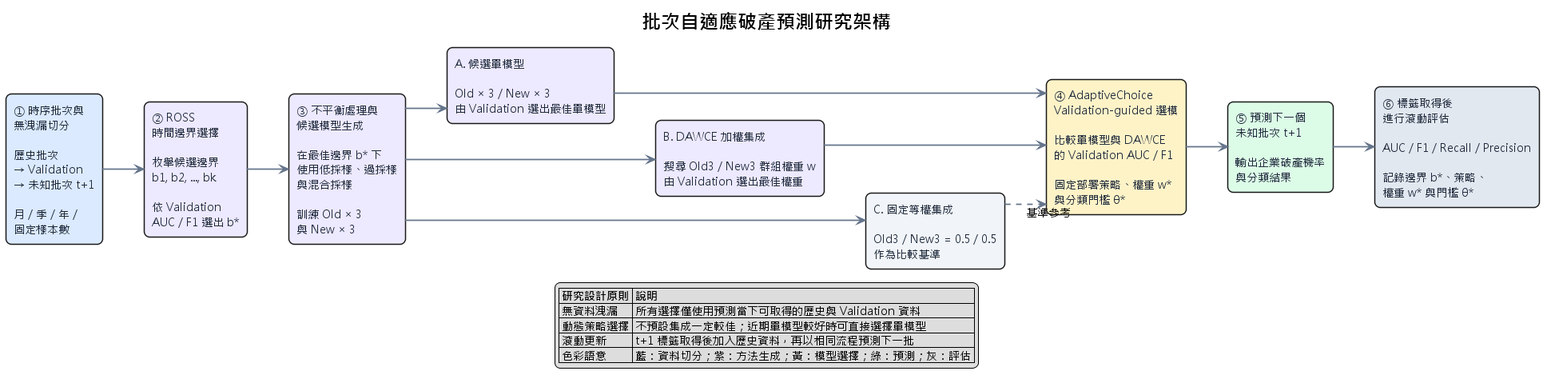
Earlier version of the PlantUML export assets/research/diagrams/phase4-batch-adaptive-flow.png (BoBoJhong/Continual-Imbalance-Ensemble).
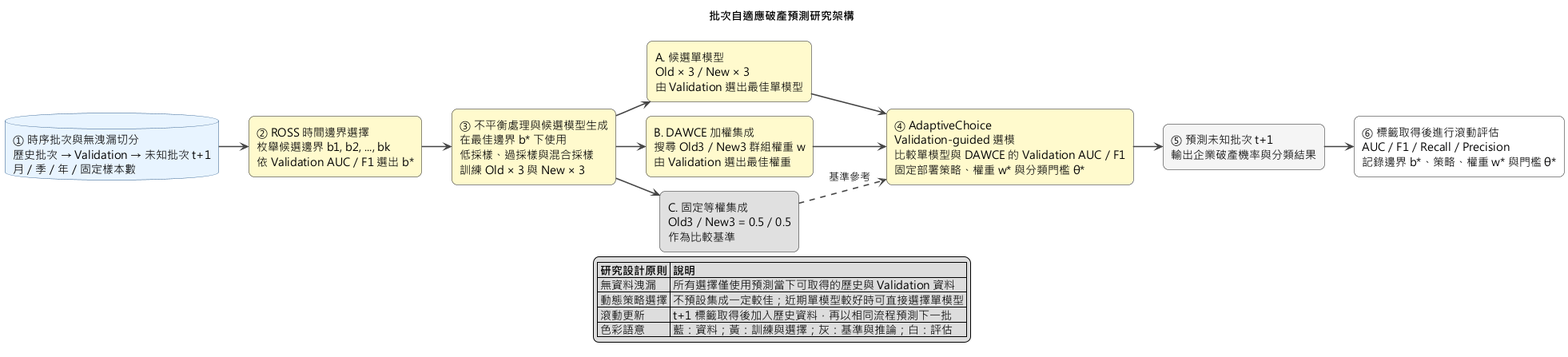
The same diagram one commit later.

Diff of the diagram source:
```diff
@@ -1,44 +1,40 @@
 @startuml
+!pragma layout smetana
 
 title 批次自適應破產預測研究架構
 
 left to right direction
 skinparam shadowing false
 skinparam defaultFontName "Microsoft JhengHei"
-skinparam defaultFontSize 14
-skinparam titleFontSize 24
-skinparam titleFontStyle bold
 skinparam linetype ortho
-skinparam nodesep 38
-skinparam ranksep 52
-skinparam ArrowThickness 1.7
-skinparam ArrowColor #64748B
+skinparam nodesep 64
+skinparam ranksep 68
+skinparam ArrowThickness 1.6
+skinparam ArrowColor #444444
+skinparam packageStyle rectangle
 skinparam rectangle {
   roundCorner 14
-  BorderThickness 1.5
-  FontColor #1E293B
 }
-skinparam note {
-  BackgroundColor #FFFDF5
-  BorderColor #D6B656
-  FontColor #475569
+skinparam database {
+  BackgroundColor #E8F4FF
+  BorderColor #2E5A88
 }
 
-rectangle "① 時序批次與\n無洩漏切分\n\n歷史批次\n→ Validation\n→ 未知批次 t+1\n\n月／季／年／\n固定樣本數" as DATA #DBEAFE
+database "① 時序批次與無洩漏切分\n歷史批次 → Validation → 未知批次 t+1\n月／季／年／固定樣本數" as DATA
 
-rectangle "② ROSS\n時間邊界選擇\n\n枚舉候選邊界\nb1, b2, ..., bk\n\n依 Validation\nAUC／F1 選出 b*" as ROSS #EDE9FE
+rectangle "② ROSS 時間邊界選擇\n枚舉候選邊界 b1, b2, ..., bk\n依 Validation AUC／F1 選出 b*" as ROSS #FFFACD
 
-rectangle "③ 不平衡處理與\n候選模型生成\n\n在最佳邊界 b* 下\n使用低採樣、過採樣\n與混合採樣\n\n訓練 Old × 3\n與 New × 3" as TRAIN #EDE9FE
+rectangle "③ 不平衡處理與候選模型生成\n在最佳邊界 b* 下使用\n低採樣、過採樣與混合採樣\n訓練 Old × 3 與 New × 3" as TRAIN #FFFACD
 
-rectangle "A. 候選單模型\n\nOld × 3／New × 3\n由 Validation 選出最佳單模型" as SINGLE #EDE9FE
-rectangle "B. DAWCE 加權集成\n\n搜尋 Old3／New3 群組權重 w\n由 Validation 選出最佳權重" as DAWCE #EDE9FE
-rectangle "C. 固定等權集成\n\nOld3／New3 = 0.5／0.5\n作為比較基準" as EQUAL #F1F5F9
+rectangle "A. 候選單模型\nOld × 3／New × 3\n由 Validation 選出最佳單模型" as SINGLE #FFFACD
+rectangle "B. DAWCE 加權集成\n搜尋 Old3／New3 群組權重 w\n由 Validation 選出最佳權重" as DAWCE #FFFACD
+rectangle "C. 固定等權集成\nOld3／New3 = 0.5／0.5\n作為比較基準" as EQUAL #E0E0E0
 
-rectangle "④ AdaptiveChoice\nValidation-guided 選模\n\n比較單模型與 DAWCE\n的 Validation AUC／F1\n\n固定部署策略、權重 w*\n與分類門檻 θ*" as SELECT #FEF3C7
+rectangle "④ AdaptiveChoice\nValidation-guided 選模\n比較單模型與 DAWCE 的 Validation AUC／F1\n固定部署策略、權重 w* 與分類門檻 θ*" as SELECT #FFFACD
 
-rectangle "⑤ 預測下一個\n未知批次 t+1\n\n輸出企業破產機率\n與分類結果" as PREDICT #DCFCE7
+rectangle "⑤ 預測未知批次 t+1\n輸出企業破產機率與分類結果" as PREDICT #F5F5F5
 
-rectangle "⑥ 標籤取得後\n進行滾動評估\n\nAUC／F1／Recall／Precision\n\n記錄邊界 b*、策略、\n權重 w* 與門檻 θ*" as EVALUATE #E2E8F0
+rectangle "⑥ 標籤取得後進行滾動評估\nAUC／F1／Recall／Precision\n記錄邊界 b*、策略、權重 w* 與門檻 θ*" as EVALUATE #FFFFFF
 
 DATA --> ROSS
 ROSS --> TRAIN
@@ -50,9 +46,6 @@
 DAWCE --> SELECT
 EQUAL ..> SELECT : 基準參考
 
-SINGLE -[hidden]down- DAWCE
-DAWCE -[hidden]down- EQUAL
-
 SELECT --> PREDICT
 PREDICT --> EVALUATE
 
@@ -61,7 +54,7 @@
   | 無資料洩漏 | 所有選擇僅使用預測當下可取得的歷史與 Validation 資料 |
   | 動態策略選擇 | 不預設集成一定較佳；近期單模型較好時可直接選擇單模型 |
   | 滾動更新 | t+1 標籤取得後加入歷史資料，再以相同流程預測下一批 |
-  | 色彩語意 | 藍：資料切分；紫：方法生成；黃：模型選擇；綠：預測；灰：評估 |
+  | 色彩語意 | 藍：資料；黃：訓練與選擇；灰：基準與推論；白：評估 |
 endlegend
 
 @enduml
```
